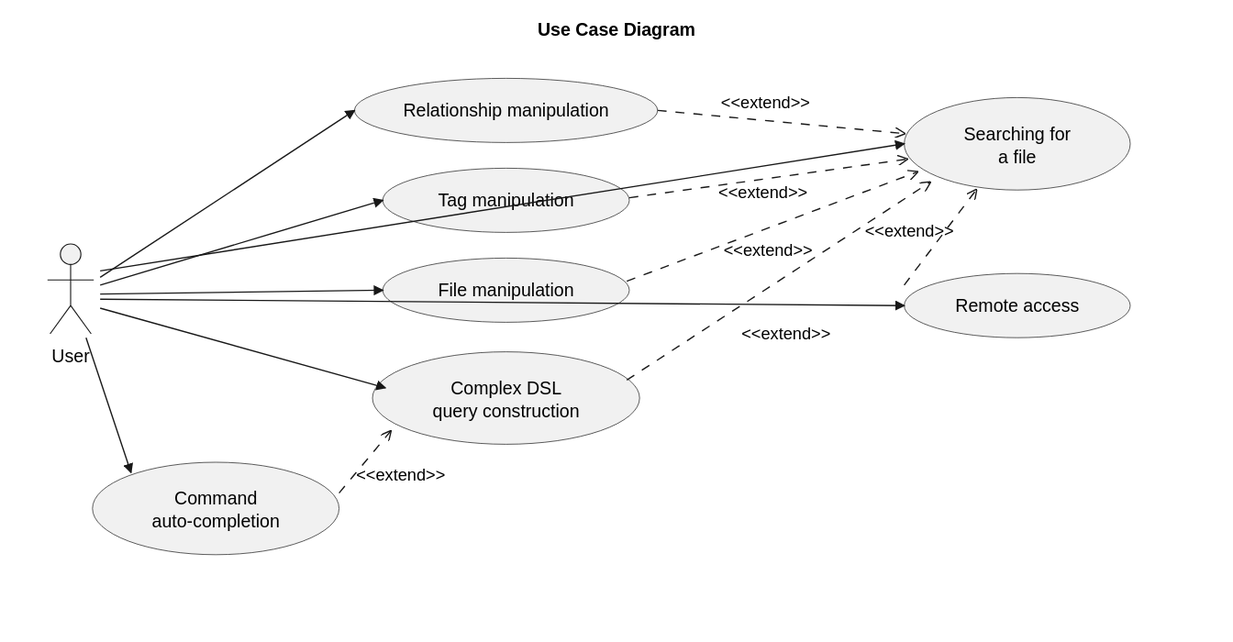
The PlantUML diagram thesis/chapters/analysis/use-cases/use-case/use-case-diagram.svg in TrueBubo/Graphle, before a commit. Its source is kept beside it as thesis/chapters/analysis/use-cases/use-case/use-case-diagram.puml.
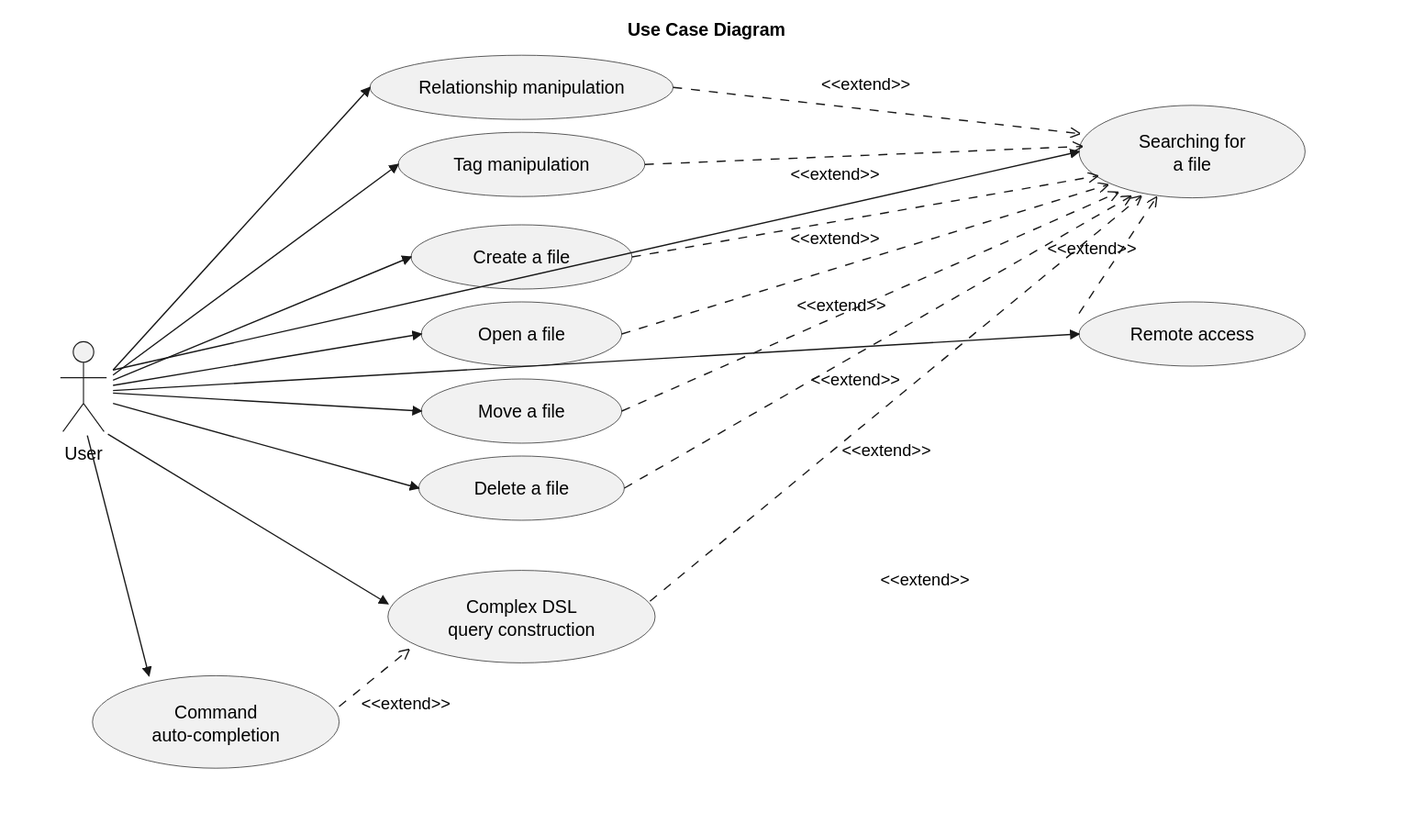
The same diagram one commit later.

What changed in the source:
```diff
@@ -8,7 +8,10 @@
 usecase UC1 as "Searching for\na file"
 usecase UC2 as "Relationship manipulation"
 usecase UC3 as "Tag manipulation"
-usecase UC4 as "File manipulation"
+usecase UC4A as "Create a file"
+usecase UC4B as "Open a file"
+usecase UC4C as "Move a file"
+usecase UC4D as "Delete a file"
 usecase UC5 as "Complex DSL\nquery construction"
 usecase UC6 as "Command\nauto-completion"
 usecase UC7 as "Remote access"
@@ -16,14 +19,20 @@
 User  --> UC1
 User  --> UC2
 User  --> UC3
-User  --> UC4
+User  --> UC4A
+User  --> UC4B
+User  --> UC4C
+User  --> UC4D
 User  --> UC5
 User  --> UC6
 User  --> UC7
 
 UC2 ..> UC1 : <<extend>>
 UC3 ..> UC1 : <<extend>>
-UC4 ..> UC1 : <<extend>>
+UC4A ..> UC1 : <<extend>>
+UC4B ..> UC1 : <<extend>>
+UC4C ..> UC1 : <<extend>>
+UC4D ..> UC1 : <<extend>>
 UC5 ..> UC1 : <<extend>>
 UC6 ..> UC5 : <<extend>>
 UC7 ..> UC1 : <<extend>>
```
